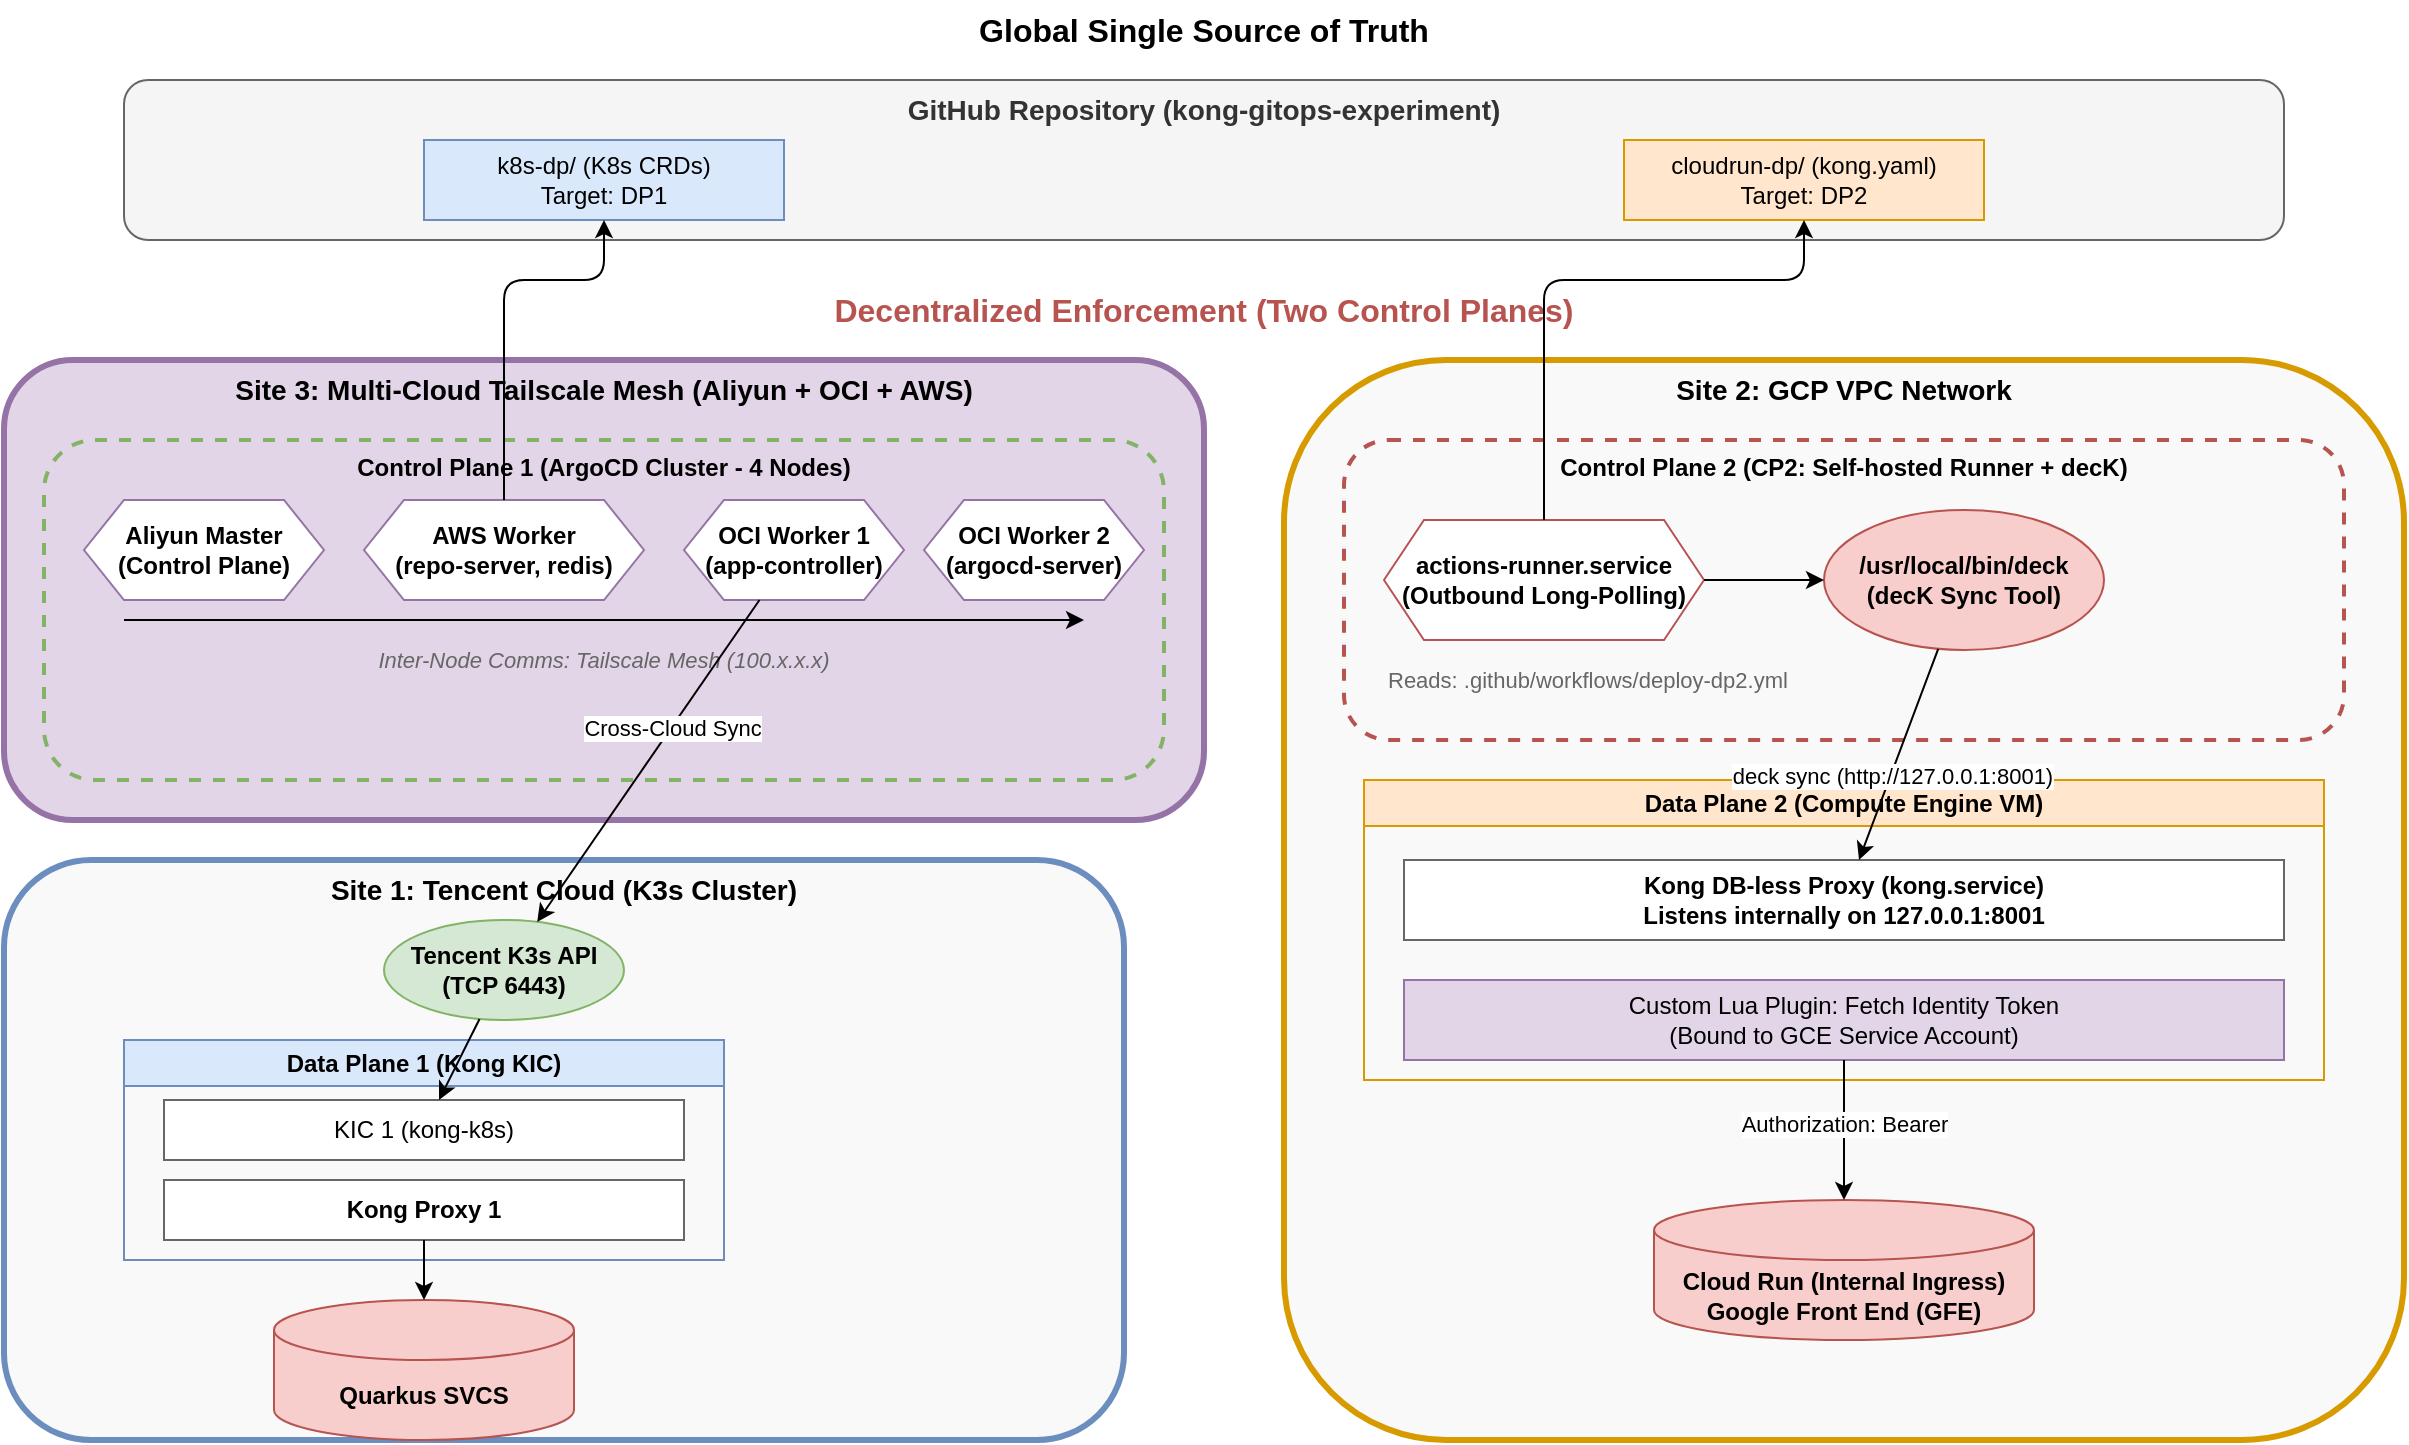
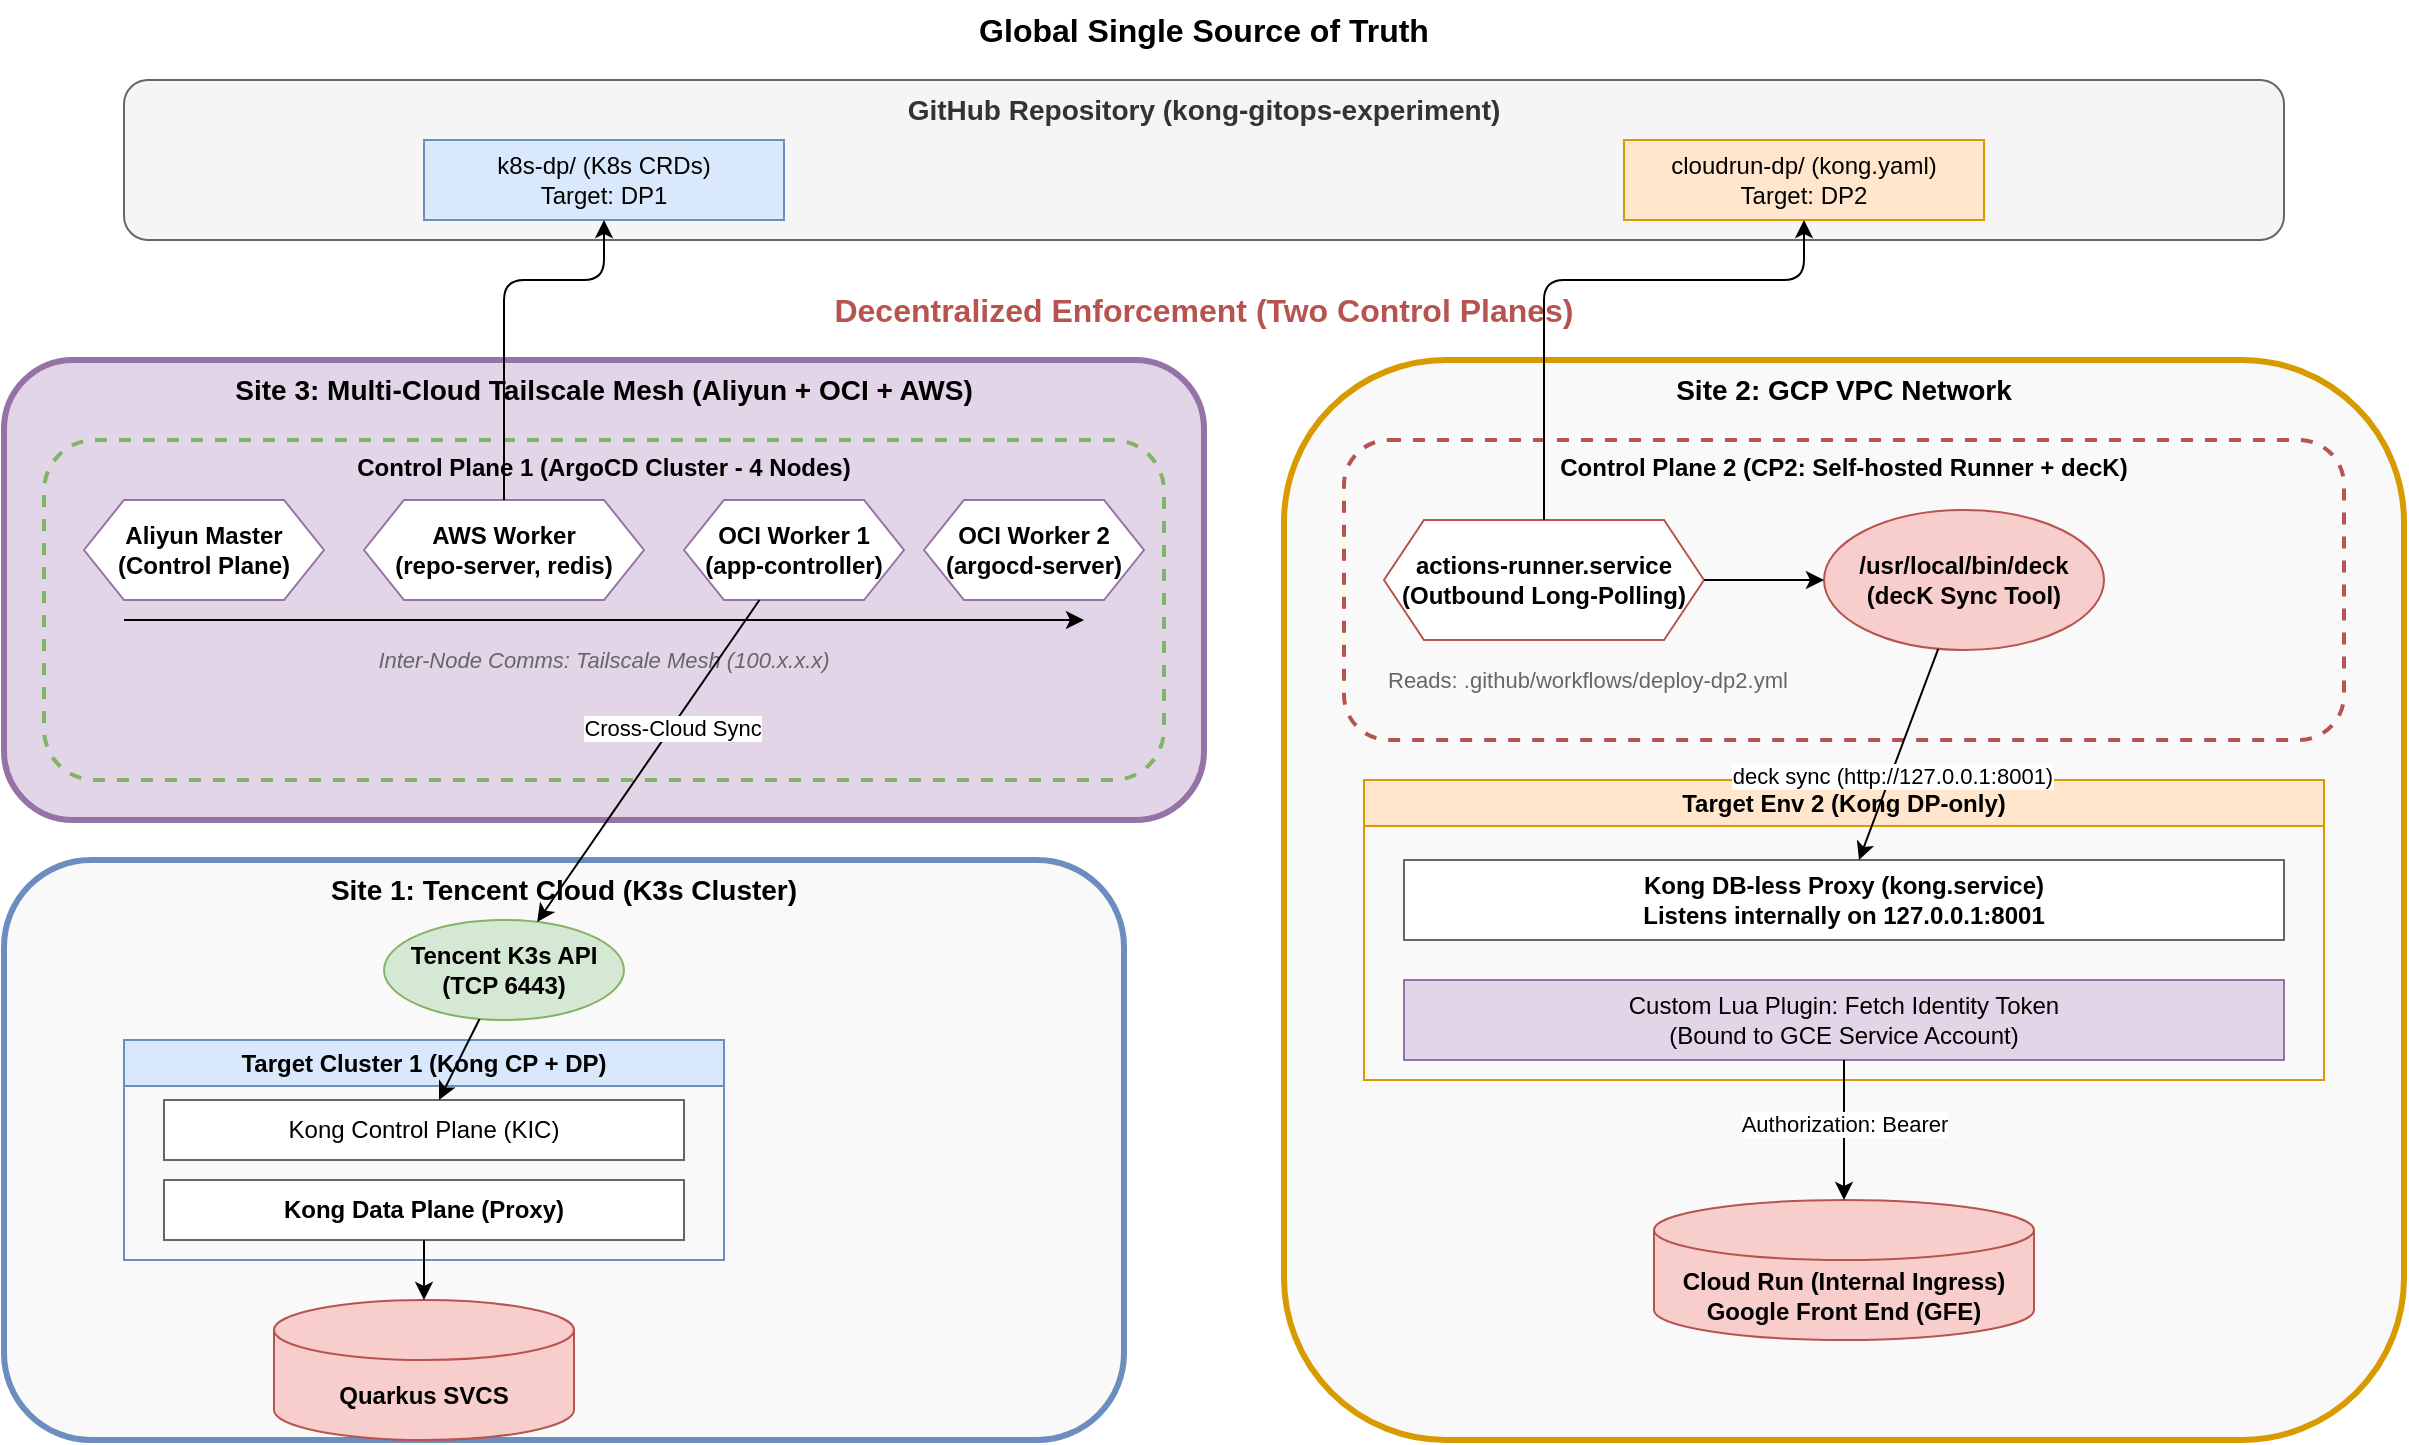
<mxfile host="Electron" modified="2026-06-06T14:45:00.000Z" agent="Mozilla/5.0" version="22.1.2" type="device">
  <diagram id="kong-gitops-cp-details" name="Architecture">
    <mxGraphModel dx="1434" dy="844" grid="1" gridSize="10" guides="1" tooltips="1" connect="1" arrows="1" fold="1" page="1" pageScale="1" pageWidth="1300" pageHeight="900" math="0" shadow="0">
      <root>
        <mxCell id="0" />
        <mxCell id="1" parent="0" />

        <!-- Global Truth -->
        <mxCell id="global_truth" value="Global Single Source of Truth" style="text;html=1;strokeColor=none;fillColor=none;align=center;verticalAlign=middle;whiteSpace=wrap;rounded=0;fontStyle=1;fontSize=16;" vertex="1" parent="1">
          <mxGeometry x="500" y="10" width="280" height="30" as="geometry" />
        </mxCell>

        <!-- GitHub Repo Box -->
        <mxCell id="github_repo" value="GitHub Repository (kong-gitops-experiment)" style="rounded=1;whiteSpace=wrap;html=1;fillColor=#f5f5f5;fontStyle=1;strokeColor=#666666;fontColor=#333333;verticalAlign=top;fontSize=14;" vertex="1" parent="1">
          <mxGeometry x="100" y="50" width="1080" height="80" as="geometry" />
        </mxCell>

        <mxCell id="github_k8s_code" value="k8s-dp/ (K8s CRDs)&#10;Target: DP1" style="rounded=0;whiteSpace=wrap;html=1;fillColor=#dae8fc;strokeColor=#6c8ebf;" vertex="1" parent="1">
          <mxGeometry x="250" y="80" width="180" height="40" as="geometry" />
        </mxCell>

        <mxCell id="github_cr_code" value="cloudrun-dp/ (kong.yaml)&#10;Target: DP2" style="rounded=0;whiteSpace=wrap;html=1;fillColor=#ffe6cc;strokeColor=#d79b00;" vertex="1" parent="1">
          <mxGeometry x="850" y="80" width="180" height="40" as="geometry" />
        </mxCell>

        <!-- Decentralized Control Planes Header -->
        <mxCell id="decentralized_label" value="Decentralized Enforcement (Two Control Planes)" style="text;html=1;strokeColor=none;fillColor=none;align=center;verticalAlign=middle;whiteSpace=wrap;rounded=0;fontStyle=1;fontSize=16;fontColor=#b85450;" vertex="1" parent="1">
          <mxGeometry x="450" y="150" width="380" height="30" as="geometry" />
        </mxCell>

        <!-- Site 3: OCI & Aliyun & AWS -->
        <mxCell id="oci_cloud" value="Site 3: Multi-Cloud Tailscale Mesh (Aliyun + OCI + AWS)" style="rounded=1;whiteSpace=wrap;html=1;fillColor=#e1d5e7;strokeColor=#9673a6;strokeWidth=3;verticalAlign=top;fontStyle=1;fontSize=14;" vertex="1" parent="1">
          <mxGeometry x="40" y="190" width="600" height="230" as="geometry" />
        </mxCell>

        <!-- Site 1: Tencent Cloud -->
        <mxCell id="lan_cluster" value="Site 1: Tencent Cloud (K3s Cluster)" style="rounded=1;whiteSpace=wrap;html=1;fillColor=#f9f9f9;strokeColor=#6c8ebf;strokeWidth=3;verticalAlign=top;fontStyle=1;fontSize=14;" vertex="1" parent="1">
          <mxGeometry x="40" y="440" width="560" height="290" as="geometry" />
        </mxCell>

        <!-- Site 2: GCP -->
        <mxCell id="gcp_vpc" value="Site 2: GCP VPC Network" style="rounded=1;whiteSpace=wrap;html=1;fillColor=#f9f9f9;strokeColor=#d79b00;strokeWidth=3;verticalAlign=top;fontStyle=1;fontSize=14;" vertex="1" parent="1">
          <mxGeometry x="680" y="190" width="560" height="540" as="geometry" />
        </mxCell>

        <!-- CP1 Box (Cross-Cloud) -->
        <mxCell id="cp1_box" value="Control Plane 1 (ArgoCD Cluster - 4 Nodes)" style="rounded=1;whiteSpace=wrap;html=1;fillColor=none;strokeColor=#82b366;strokeWidth=2;dashed=1;verticalAlign=top;fontStyle=1;" vertex="1" parent="1">
          <mxGeometry x="60" y="230" width="560" height="170" as="geometry" />
        </mxCell>

        <mxCell id="cp1_aliyun" value="Aliyun Master&#10;(Control Plane)" style="shape=hexagon;perimeter=hexagonPerimeter2;whiteSpace=wrap;html=1;fixedSize=1;fillColor=#ffffff;strokeColor=#9673a6;fontStyle=1" vertex="1" parent="cp1_box">
          <mxGeometry x="20" y="30" width="120" height="50" as="geometry" />
        </mxCell>

        <mxCell id="cp1_aws" value="AWS Worker&#10;(repo-server, redis)" style="shape=hexagon;perimeter=hexagonPerimeter2;whiteSpace=wrap;html=1;fixedSize=1;fillColor=#ffffff;strokeColor=#9673a6;fontStyle=1" vertex="1" parent="cp1_box">
          <mxGeometry x="160" y="30" width="140" height="50" as="geometry" />
        </mxCell>

        <mxCell id="cp1_oci1" value="OCI Worker 1&#10;(app-controller)" style="shape=hexagon;perimeter=hexagonPerimeter2;whiteSpace=wrap;html=1;fixedSize=1;fillColor=#ffffff;strokeColor=#9673a6;fontStyle=1" vertex="1" parent="cp1_box">
          <mxGeometry x="320" y="30" width="110" height="50" as="geometry" />
        </mxCell>

        <mxCell id="cp1_oci2" value="OCI Worker 2&#10;(argocd-server)" style="shape=hexagon;perimeter=hexagonPerimeter2;whiteSpace=wrap;html=1;fixedSize=1;fillColor=#ffffff;strokeColor=#9673a6;fontStyle=1" vertex="1" parent="cp1_box">
          <mxGeometry x="440" y="30" width="110" height="50" as="geometry" />
        </mxCell>

        <!-- Tailscale Mesh Network inside CP1 -->
        <mxCell id="cp1_tailscale_desc" value="Inter-Node Comms: Tailscale Mesh (100.x.x.x)" style="text;html=1;strokeColor=none;fillColor=none;align=center;verticalAlign=middle;whiteSpace=wrap;rounded=0;fontStyle=2;fontSize=11;fontColor=#666666;" vertex="1" parent="cp1_box">
          <mxGeometry x="130" y="100" width="300" height="20" as="geometry" />
        </mxCell>
        <mxCell id="cp1_tailscale_line" edge="1" parent="cp1_box">
          <mxGeometry width="50" height="50" relative="1" as="geometry">
            <mxPoint x="40" y="90" as="sourcePoint" />
            <mxPoint x="520" y="90" as="targetPoint" />
          </mxGeometry>
        </mxCell>

        <!-- K8s API in Tencent -->
        <mxCell id="tencent_api" value="Tencent K3s API&#10;(TCP 6443)" style="ellipse;whiteSpace=wrap;html=1;fillColor=#d5e8d4;strokeColor=#82b366;fontStyle=1" vertex="1" parent="1">
          <mxGeometry x="230" y="470" width="120" height="50" as="geometry" />
        </mxCell>

        <!-- ArgoCD Application Controller -> Tencent API -->
        <mxCell id="argo_to_tencent" edge="1" parent="1" source="cp1_oci1" target="tencent_api">
          <mxGeometry relative="1" as="geometry" />
        </mxCell>
        <mxCell id="label_argo_sync" value="Cross-Cloud Sync" style="edgeLabel;html=1;align=center;verticalAlign=middle;resizable=0;points=[];" vertex="1" connectable="0" parent="argo_to_tencent">
          <mxGeometry x="-0.2" relative="1" as="geometry">
            <mxPoint as="offset" />
          </mxGeometry>
        </mxCell>

        <!-- DP1 (Tencent KIC) -->
-         <mxCell id="dp1_box" value="Data Plane 1 (Kong KIC)" style="swimlane;whiteSpace=wrap;html=1;fillColor=#dae8fc;strokeColor=#6c8ebf;fontStyle=1" vertex="1" parent="1">
+         <mxCell id="dp1_box" value="Target Cluster 1 (Kong CP + DP)" style="swimlane;whiteSpace=wrap;html=1;fillColor=#dae8fc;strokeColor=#6c8ebf;fontStyle=1" vertex="1" parent="1">
          <mxGeometry x="100" y="530" width="300" height="110" as="geometry" />
        </mxCell>
-         <mxCell id="kic1" value="KIC 1 (kong-k8s)" style="rounded=0;whiteSpace=wrap;html=1;fillColor=#ffffff;strokeColor=#666666;" vertex="1" parent="dp1_box">
+         <mxCell id="kic1" value="Kong Control Plane (KIC)" style="rounded=0;whiteSpace=wrap;html=1;fillColor=#ffffff;strokeColor=#666666;" vertex="1" parent="dp1_box">
          <mxGeometry x="20" y="30" width="260" height="30" as="geometry" />
        </mxCell>
-         <mxCell id="proxy1" value="Kong Proxy 1" style="rounded=0;whiteSpace=wrap;html=1;fillColor=#ffffff;strokeColor=#666666;fontStyle=1" vertex="1" parent="dp1_box">
+         <mxCell id="proxy1" value="Kong Data Plane (Proxy)" style="rounded=0;whiteSpace=wrap;html=1;fillColor=#ffffff;strokeColor=#666666;fontStyle=1" vertex="1" parent="dp1_box">
          <mxGeometry x="20" y="70" width="260" height="30" as="geometry" />
        </mxCell>

        <mxCell id="tencent_api_to_kic" edge="1" parent="1" source="tencent_api" target="kic1">
          <mxGeometry relative="1" as="geometry" />
        </mxCell>

        <!-- CP2 Box -->
        <mxCell id="cp2_box" value="Control Plane 2 (CP2: Self-hosted Runner + decK)" style="rounded=1;whiteSpace=wrap;html=1;fillColor=none;strokeColor=#b85450;strokeWidth=2;dashed=1;verticalAlign=top;fontStyle=1;" vertex="1" parent="1">
          <mxGeometry x="710" y="230" width="500" height="150" as="geometry" />
        </mxCell>
        <mxCell id="gh_actions_runner" value="actions-runner.service&#10;(Outbound Long-Polling)" style="shape=hexagon;perimeter=hexagonPerimeter2;whiteSpace=wrap;html=1;fixedSize=1;fillColor=#ffffff;strokeColor=#b85450;fontStyle=1" vertex="1" parent="cp2_box">
          <mxGeometry x="20" y="40" width="160" height="60" as="geometry" />
        </mxCell>
        <mxCell id="deck_tool" value="/usr/local/bin/deck&#10;(decK Sync Tool)" style="ellipse;whiteSpace=wrap;html=1;fillColor=#f8cecc;strokeColor=#b85450;fontStyle=1" vertex="1" parent="cp2_box">
          <mxGeometry x="240" y="35" width="140" height="70" as="geometry" />
        </mxCell>
        <mxCell id="run2deck" edge="1" parent="cp2_box" source="gh_actions_runner" target="deck_tool">
          <mxGeometry relative="1" as="geometry" />
        </mxCell>
        <mxCell id="cp2_desc" value="Reads: .github/workflows/deploy-dp2.yml" style="text;html=1;strokeColor=none;fillColor=none;align=left;verticalAlign=middle;whiteSpace=wrap;rounded=0;fontSize=11;fontColor=#666666;" vertex="1" parent="cp2_box">
          <mxGeometry x="20" y="110" width="250" height="20" as="geometry" />
        </mxCell>

        <!-- DP2 (GCP VM) -->
-         <mxCell id="dp2_box" value="Data Plane 2 (Compute Engine VM)" style="swimlane;whiteSpace=wrap;html=1;fillColor=#ffe6cc;strokeColor=#d79b00;fontStyle=1" vertex="1" parent="1">
+         <mxCell id="dp2_box" value="Target Env 2 (Kong DP-only)" style="swimlane;whiteSpace=wrap;html=1;fillColor=#ffe6cc;strokeColor=#d79b00;fontStyle=1" vertex="1" parent="1">
          <mxGeometry x="720" y="400" width="480" height="150" as="geometry" />
        </mxCell>
        <mxCell id="vm_kong" value="Kong DB-less Proxy (kong.service)&#10;Listens internally on 127.0.0.1:8001" style="rounded=0;whiteSpace=wrap;html=1;fillColor=#ffffff;strokeColor=#666666;fontStyle=1" vertex="1" parent="dp2_box">
          <mxGeometry x="20" y="40" width="440" height="40" as="geometry" />
        </mxCell>
        <mxCell id="custom_plugin" value="Custom Lua Plugin: Fetch Identity Token&#10;(Bound to GCE Service Account)" style="rounded=0;whiteSpace=wrap;html=1;fillColor=#e1d5e7;strokeColor=#9673a6;fontStyle=0" vertex="1" parent="dp2_box">
          <mxGeometry x="20" y="100" width="440" height="40" as="geometry" />
        </mxCell>

        <!-- Upstreams -->
        <mxCell id="k8s_svc" value="Quarkus SVCS" style="shape=cylinder3;whiteSpace=wrap;html=1;boundedLbl=1;backgroundOutline=1;size=15;fillColor=#f8cecc;strokeColor=#b85450;fontStyle=1" vertex="1" parent="1">
          <mxGeometry x="175" y="660" width="150" height="70" as="geometry" />
        </mxCell>
        <mxCell id="cr_svc" value="Cloud Run (Internal Ingress)&#10;Google Front End (GFE)" style="shape=cylinder3;whiteSpace=wrap;html=1;boundedLbl=1;backgroundOutline=1;size=15;fillColor=#f8cecc;strokeColor=#b85450;fontStyle=1" vertex="1" parent="1">
          <mxGeometry x="865" y="610" width="190" height="70" as="geometry" />
        </mxCell>

        <!-- Connections -->
        <!-- Pulls -->
        <mxCell id="pull1" edge="1" parent="1" source="cp1_aws" target="github_k8s_code">
          <mxGeometry relative="1" as="geometry">
            <Array as="points">
              <mxPoint x="290" y="150" />
              <mxPoint x="340" y="150" />
            </Array>
          </mxGeometry>
        </mxCell>
        <mxCell id="pull2" edge="1" parent="1" source="gh_actions_runner" target="github_cr_code">
          <mxGeometry relative="1" as="geometry">
            <Array as="points">
              <mxPoint x="810" y="150" />
              <mxPoint x="940" y="150" />
            </Array>
          </mxGeometry>
        </mxCell>

        <!-- decK to VM Admin API -->
        <mxCell id="deck_to_vm" edge="1" parent="1" source="deck_tool" target="vm_kong">
          <mxGeometry relative="1" as="geometry" />
        </mxCell>
        <mxCell id="label_deck" value="deck sync (http://127.0.0.1:8001)" style="edgeLabel;html=1;align=center;verticalAlign=middle;resizable=0;points=[];" vertex="1" connectable="0" parent="deck_to_vm">
          <mxGeometry x="0.2" relative="1" as="geometry">
            <mxPoint as="offset" />
          </mxGeometry>
        </mxCell>

        <!-- Routing -->
        <mxCell id="rt1" edge="1" parent="1" source="proxy1" target="k8s_svc">
          <mxGeometry relative="1" as="geometry" />
        </mxCell>
        <mxCell id="rt2" edge="1" parent="1" source="custom_plugin" target="cr_svc">
          <mxGeometry relative="1" as="geometry" />
        </mxCell>
        <mxCell id="label_auth" value="Authorization: Bearer &lt;ID_TOKEN&gt;" style="edgeLabel;html=1;align=center;verticalAlign=middle;resizable=0;points=[];" vertex="1" connectable="0" parent="rt2">
          <mxGeometry x="-0.1" relative="1" as="geometry">
            <mxPoint as="offset" />
          </mxGeometry>
        </mxCell>

      </root>
    </mxGraphModel>
  </diagram>
</mxfile>
